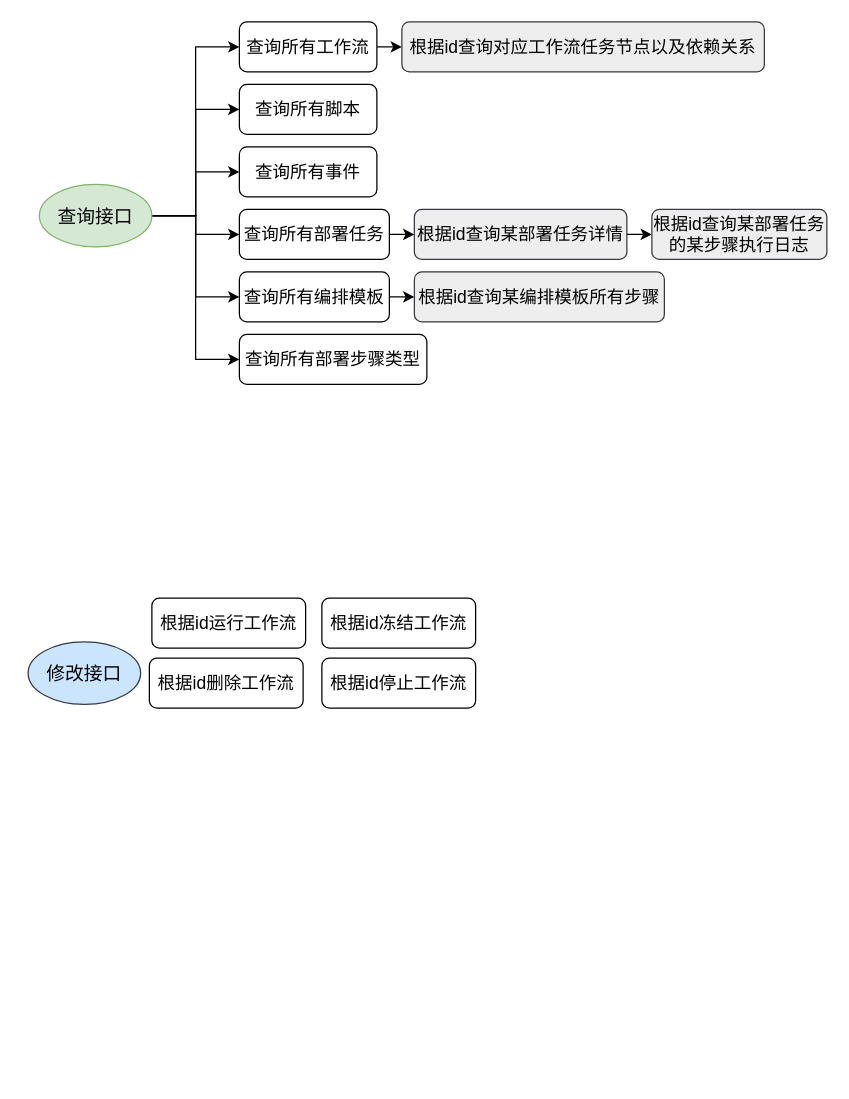
This is lzb系统架构图.drawio from TouyamaRie/My_pictures, a draw.io file, before an edit. Source tidied: cells renumbered, new cells numbered last; positions are measured from the earlier drawing's top-left corner, leaving out a move shared by most shapes. Both pictures are drawn from the tidied source at 125%, with x=0, y=0 at pixel (28, 21).
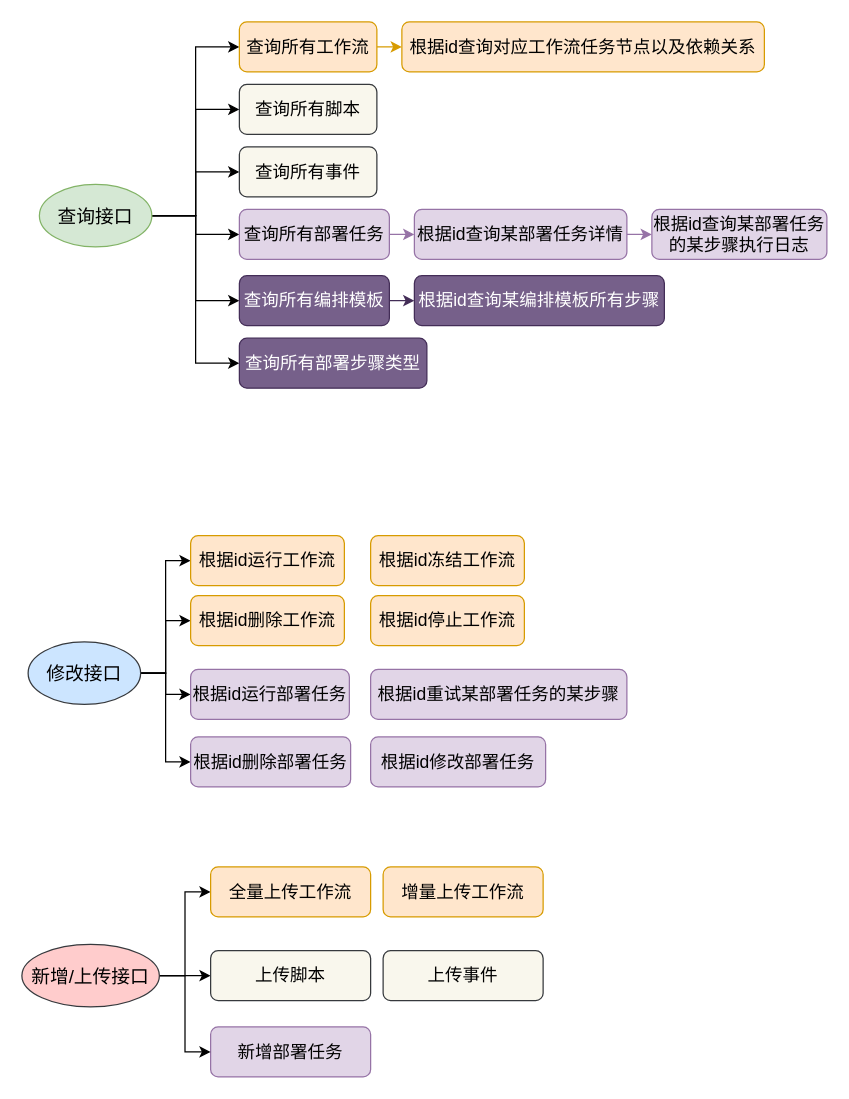
After the change.

Commit message (it also covers changes not shown here):
更新lzb系统架构图.drawio

The change refers to these unchanged cells:
```xml
<mxCell id="23" value="&lt;font style=&quot;font-size: 15px;&quot;&gt;修改接口&lt;/font&gt;" style="ellipse;whiteSpace=wrap;html=1;fillColor=#cce5ff;strokeColor=#36393d;" parent="1" vertex="1">
  <mxGeometry y="496" width="90" height="50" as="geometry" />
</mxCell>
```

What changed in the source:
```diff
@@
-    <mxCell id="9" style="edgeStyle=orthogonalEdgeStyle;rounded=0;jettySize=auto;html=1;exitX=1;exitY=0.5;exitDx=0;exitDy=0;entryX=0;entryY=0.5;entryDx=0;entryDy=0;" parent="1" edge="1" source="10" target="22">
+    <mxCell id="9" style="edgeStyle=orthogonalEdgeStyle;rounded=0;jettySize=auto;html=1;exitX=1;exitY=0.5;exitDx=0;exitDy=0;entryX=0;entryY=0.5;entryDx=0;entryDy=0;fillColor=#ffe6cc;strokeColor=#d79b00;" parent="1" edge="1" source="10" target="22">
       <mxGeometry relative="1" as="geometry" />
     </mxCell>
-    <mxCell id="10" value="&lt;font style=&quot;font-size: 14px;&quot;&gt;查询所有工作流&lt;/font&gt;" style="rounded=1;whiteSpace=wrap;html=1;" parent="1" vertex="1">
+    <mxCell id="10" value="&lt;font style=&quot;font-size: 14px;&quot;&gt;查询所有工作流&lt;/font&gt;" style="rounded=1;whiteSpace=wrap;html=1;fillColor=#ffe6cc;strokeColor=#d79b00;" parent="1" vertex="1">
       <mxGeometry x="169" width="110" height="40" as="geometry" />
     </mxCell>
-    <mxCell id="11" value="&lt;font style=&quot;font-size: 14px;&quot;&gt;查询所有脚本&lt;/font&gt;" style="rounded=1;whiteSpace=wrap;html=1;" parent="1" vertex="1">
+    <mxCell id="11" value="&lt;font style=&quot;font-size: 14px;&quot;&gt;查询所有脚本&lt;/font&gt;" style="rounded=1;whiteSpace=wrap;html=1;fillColor=#f9f7ed;strokeColor=#36393d;" parent="1" vertex="1">
       <mxGeometry x="169" y="50" width="110" height="40" as="geometry" />
     </mxCell>
-    <mxCell id="12" value="&lt;font style=&quot;font-size: 14px;&quot;&gt;查询所有事件&lt;/font&gt;" style="rounded=1;whiteSpace=wrap;html=1;" parent="1" vertex="1">
+    <mxCell id="12" value="&lt;font style=&quot;font-size: 14px;&quot;&gt;查询所有事件&lt;/font&gt;" style="rounded=1;whiteSpace=wrap;html=1;fillColor=#f9f7ed;strokeColor=#36393d;" parent="1" vertex="1">
       <mxGeometry x="169" y="100" width="110" height="40" as="geometry" />
     </mxCell>
-    <mxCell id="13" style="edgeStyle=orthogonalEdgeStyle;rounded=0;jettySize=auto;html=1;exitX=1;exitY=0.5;exitDx=0;exitDy=0;entryX=0;entryY=0.5;entryDx=0;entryDy=0;" parent="1" edge="1" source="14" target="19">
+    <mxCell id="13" style="edgeStyle=orthogonalEdgeStyle;rounded=0;jettySize=auto;html=1;exitX=1;exitY=0.5;exitDx=0;exitDy=0;entryX=0;entryY=0.5;entryDx=0;entryDy=0;fillColor=#e1d5e7;strokeColor=#9673a6;" parent="1" edge="1" source="14" target="19">
       <mxGeometry relative="1" as="geometry" />
     </mxCell>
-    <mxCell id="14" value="&lt;font style=&quot;font-size: 14px;&quot;&gt;查询所有部署任务&lt;/font&gt;" style="rounded=1;whiteSpace=wrap;html=1;" parent="1" vertex="1">
+    <mxCell id="14" value="&lt;font style=&quot;font-size: 14px;&quot;&gt;查询所有部署任务&lt;/font&gt;" style="rounded=1;whiteSpace=wrap;html=1;fillColor=#e1d5e7;strokeColor=#9673a6;" parent="1" vertex="1">
       <mxGeometry x="169" y="150" width="120" height="40" as="geometry" />
     </mxCell>
-    <mxCell id="15" style="edgeStyle=orthogonalEdgeStyle;rounded=0;jettySize=auto;html=1;exitX=1;exitY=0.5;exitDx=0;exitDy=0;entryX=0;entryY=0.5;entryDx=0;entryDy=0;" parent="1" edge="1" source="16" target="20">
+    <mxCell id="15" style="edgeStyle=orthogonalEdgeStyle;rounded=0;jettySize=auto;html=1;exitX=1;exitY=0.5;exitDx=0;exitDy=0;entryX=0;entryY=0.5;entryDx=0;entryDy=0;fillColor=#76608a;strokeColor=#432D57;" parent="1" edge="1" source="16" target="20">
       <mxGeometry relative="1" as="geometry" />
     </mxCell>
-    <mxCell id="16" value="&lt;font style=&quot;font-size: 14px;&quot;&gt;查询所有编排模板&lt;/font&gt;" style="rounded=1;whiteSpace=wrap;html=1;" parent="1" vertex="1">
-      <mxGeometry x="169" y="200" width="120" height="40" as="geometry" />
+    <mxCell id="16" value="&lt;font style=&quot;font-size: 14px;&quot;&gt;查询所有编排模板&lt;/font&gt;" style="rounded=1;whiteSpace=wrap;html=1;fillColor=#76608a;strokeColor=#432D57;fontColor=#ffffff;" parent="1" vertex="1">
+      <mxGeometry x="169" y="203" width="120" height="40" as="geometry" />
     </mxCell>
-    <mxCell id="17" value="&lt;font style=&quot;font-size: 14px;&quot;&gt;查询所有部署步骤类型&lt;/font&gt;" style="rounded=1;whiteSpace=wrap;html=1;" parent="1" vertex="1">
-      <mxGeometry x="169" y="250" width="150" height="40" as="geometry" />
+    <mxCell id="17" value="&lt;font style=&quot;font-size: 14px;&quot;&gt;查询所有部署步骤类型&lt;/font&gt;" style="rounded=1;whiteSpace=wrap;html=1;fillColor=#76608a;strokeColor=#432D57;fontColor=#ffffff;" parent="1" vertex="1">
+      <mxGeometry x="169" y="253" width="150" height="40" as="geometry" />
     </mxCell>
-    <mxCell id="18" style="edgeStyle=orthogonalEdgeStyle;rounded=0;jettySize=auto;html=1;exitX=1;exitY=0.5;exitDx=0;exitDy=0;entryX=0;entryY=0.5;entryDx=0;entryDy=0;" parent="1" edge="1" source="19" target="21">
+    <mxCell id="18" style="edgeStyle=orthogonalEdgeStyle;rounded=0;jettySize=auto;html=1;exitX=1;exitY=0.5;exitDx=0;exitDy=0;entryX=0;entryY=0.5;entryDx=0;entryDy=0;fillColor=#e1d5e7;strokeColor=#9673a6;" parent="1" edge="1" source="19" target="21">
       <mxGeometry relative="1" as="geometry" />
     </mxCell>
-    <mxCell id="19" value="&lt;font style=&quot;font-size: 14px;&quot;&gt;根据id查询某部署任务详情&lt;/font&gt;" style="rounded=1;whiteSpace=wrap;html=1;fillColor=#eeeeee;strokeColor=#36393d;" parent="1" vertex="1">
+    <mxCell id="19" value="&lt;font style=&quot;font-size: 14px;&quot;&gt;根据id查询某部署任务详情&lt;/font&gt;" style="rounded=1;whiteSpace=wrap;html=1;fillColor=#e1d5e7;strokeColor=#9673a6;" parent="1" vertex="1">
       <mxGeometry x="309" y="150" width="170" height="40" as="geometry" />
     </mxCell>
-    <mxCell id="20" value="&lt;font style=&quot;font-size: 14px;&quot;&gt;根据id查询某编排模板所有步骤&lt;/font&gt;" style="rounded=1;whiteSpace=wrap;html=1;fillColor=#eeeeee;strokeColor=#36393d;" parent="1" vertex="1">
-      <mxGeometry x="309" y="200" width="200" height="40" as="geometry" />
+    <mxCell id="20" value="&lt;font style=&quot;font-size: 14px;&quot;&gt;根据id查询某编排模板所有步骤&lt;/font&gt;" style="rounded=1;whiteSpace=wrap;html=1;fillColor=#76608a;strokeColor=#432D57;fontColor=#ffffff;" parent="1" vertex="1">
+      <mxGeometry x="309" y="203" width="200" height="40" as="geometry" />
     </mxCell>
-    <mxCell id="21" value="&lt;font style=&quot;font-size: 14px;&quot;&gt;根据id查询某部署任务的某步骤执行日志&lt;/font&gt;" style="rounded=1;whiteSpace=wrap;html=1;fillColor=#eeeeee;strokeColor=#36393d;" parent="1" vertex="1">
+    <mxCell id="21" value="&lt;font style=&quot;font-size: 14px;&quot;&gt;根据id查询某部署任务的某步骤执行日志&lt;/font&gt;" style="rounded=1;whiteSpace=wrap;html=1;fillColor=#e1d5e7;strokeColor=#9673a6;" parent="1" vertex="1">
       <mxGeometry x="499" y="150" width="140" height="40" as="geometry" />
     </mxCell>
-    <mxCell id="22" value="&lt;font style=&quot;font-size: 14px;&quot;&gt;根据id查询对应工作流任务节点以及依赖关系&lt;/font&gt;" style="rounded=1;whiteSpace=wrap;html=1;fillColor=#eeeeee;strokeColor=#36393d;" parent="1" vertex="1">
+    <mxCell id="22" value="&lt;font style=&quot;font-size: 14px;&quot;&gt;根据id查询对应工作流任务节点以及依赖关系&lt;/font&gt;" style="rounded=1;whiteSpace=wrap;html=1;fillColor=#ffe6cc;strokeColor=#d79b00;" parent="1" vertex="1">
       <mxGeometry x="299" width="290" height="40" as="geometry" />
     </mxCell>
+    <mxCell id="28" style="edgeStyle=orthogonalEdgeStyle;rounded=0;jettySize=auto;html=1;exitX=1;exitY=0.5;exitDx=0;exitDy=0;entryX=0;entryY=0.5;entryDx=0;entryDy=0;" parent="1" edge="1" source="23" target="24">
+      <mxGeometry relative="1" as="geometry" />
+    </mxCell>
+    <mxCell id="29" style="edgeStyle=orthogonalEdgeStyle;rounded=0;jettySize=auto;html=1;exitX=1;exitY=0.5;exitDx=0;exitDy=0;" parent="1" edge="1" source="23" target="27">
+      <mxGeometry relative="1" as="geometry" />
+    </mxCell>
+    <mxCell id="30" style="edgeStyle=orthogonalEdgeStyle;rounded=0;jettySize=auto;html=1;exitX=1;exitY=0.5;exitDx=0;exitDy=0;" parent="1" edge="1" source="23" target="32">
+      <mxGeometry relative="1" as="geometry" />
+    </mxCell>
+    <mxCell id="31" style="edgeStyle=orthogonalEdgeStyle;rounded=0;jettySize=auto;html=1;exitX=1;exitY=0.5;exitDx=0;exitDy=0;entryX=0;entryY=0.5;entryDx=0;entryDy=0;" parent="1" edge="1" source="23" target="34">
+      <mxGeometry relative="1" as="geometry" />
+    </mxCell>
@@
-    <mxCell id="24" value="&lt;font style=&quot;font-size: 14px;&quot;&gt;根据id运行工作流&lt;/font&gt;" style="rounded=1;whiteSpace=wrap;html=1;" parent="1" vertex="1">
-      <mxGeometry x="99" y="461" width="123" height="40" as="geometry" />
+    <mxCell id="24" value="&lt;font style=&quot;font-size: 14px;&quot;&gt;根据id运行工作流&lt;/font&gt;" style="rounded=1;whiteSpace=wrap;html=1;fillColor=#ffe6cc;strokeColor=#d79b00;" parent="1" vertex="1">
+      <mxGeometry x="130" y="411" width="123" height="40" as="geometry" />
     </mxCell>
-    <mxCell id="25" value="&lt;font style=&quot;font-size: 14px;&quot;&gt;根据id冻结工作流&lt;/font&gt;" style="rounded=1;whiteSpace=wrap;html=1;" parent="1" vertex="1">
-      <mxGeometry x="235" y="461" width="123" height="40" as="geometry" />
+    <mxCell id="25" value="&lt;font style=&quot;font-size: 14px;&quot;&gt;根据id冻结工作流&lt;/font&gt;" style="rounded=1;whiteSpace=wrap;html=1;fillColor=#ffe6cc;strokeColor=#d79b00;" parent="1" vertex="1">
+      <mxGeometry x="274" y="411" width="123" height="40" as="geometry" />
     </mxCell>
-    <mxCell id="26" value="&lt;font style=&quot;font-size: 14px;&quot;&gt;根据id停止工作流&lt;/font&gt;" style="rounded=1;whiteSpace=wrap;html=1;" parent="1" vertex="1">
-      <mxGeometry x="235" y="509" width="123" height="40" as="geometry" />
+    <mxCell id="26" value="&lt;font style=&quot;font-size: 14px;&quot;&gt;根据id停止工作流&lt;/font&gt;" style="rounded=1;whiteSpace=wrap;html=1;fillColor=#ffe6cc;strokeColor=#d79b00;" parent="1" vertex="1">
+      <mxGeometry x="274" y="459" width="123" height="40" as="geometry" />
     </mxCell>
-    <mxCell id="27" value="&lt;font style=&quot;font-size: 14px;&quot;&gt;根据id删除工作流&lt;/font&gt;" style="rounded=1;whiteSpace=wrap;html=1;" parent="1" vertex="1">
-      <mxGeometry x="97" y="509" width="123" height="40" as="geometry" />
+    <mxCell id="27" value="&lt;font style=&quot;font-size: 14px;&quot;&gt;根据id删除工作流&lt;/font&gt;" style="rounded=1;whiteSpace=wrap;html=1;fillColor=#ffe6cc;strokeColor=#d79b00;" parent="1" vertex="1">
+      <mxGeometry x="130" y="459" width="123" height="40" as="geometry" />
     </mxCell>
+    <mxCell id="32" value="&lt;font style=&quot;font-size: 14px;&quot;&gt;根据id运行部署任务&lt;/font&gt;" style="rounded=1;whiteSpace=wrap;html=1;fillColor=#e1d5e7;strokeColor=#9673a6;" parent="1" vertex="1">
+      <mxGeometry x="130" y="518" width="127" height="40" as="geometry" />
+    </mxCell>
+    <mxCell id="33" value="&lt;font style=&quot;font-size: 14px;&quot;&gt;根据id修改部署任务&lt;/font&gt;" style="rounded=1;whiteSpace=wrap;html=1;fillColor=#e1d5e7;strokeColor=#9673a6;" parent="1" vertex="1">
+      <mxGeometry x="274" y="572" width="140" height="40" as="geometry" />
+    </mxCell>
+    <mxCell id="34" value="&lt;font style=&quot;font-size: 14px;&quot;&gt;根据id删除部署任务&lt;/font&gt;" style="rounded=1;whiteSpace=wrap;html=1;fillColor=#e1d5e7;strokeColor=#9673a6;" parent="1" vertex="1">
+      <mxGeometry x="130" y="572" width="128" height="40" as="geometry" />
+    </mxCell>
+    <mxCell id="35" value="&lt;font style=&quot;font-size: 14px;&quot;&gt;根据id重试某部署任务的某步骤&lt;/font&gt;" style="rounded=1;whiteSpace=wrap;html=1;fillColor=#e1d5e7;strokeColor=#9673a6;" parent="1" vertex="1">
+      <mxGeometry x="274" y="518" width="205" height="40" as="geometry" />
+    </mxCell>
+    <mxCell id="36" value="&lt;font style=&quot;font-size: 14px;&quot;&gt;新增部署任务&lt;/font&gt;" style="rounded=1;whiteSpace=wrap;html=1;fillColor=#e1d5e7;strokeColor=#9673a6;" parent="1" vertex="1">
+      <mxGeometry x="146" y="804" width="128" height="40" as="geometry" />
+    </mxCell>
+    <mxCell id="37" style="edgeStyle=orthogonalEdgeStyle;rounded=0;jettySize=auto;html=1;exitX=1;exitY=0.5;exitDx=0;exitDy=0;entryX=0;entryY=0.5;entryDx=0;entryDy=0;" parent="1" edge="1" source="40" target="41">
+      <mxGeometry relative="1" as="geometry" />
+    </mxCell>
+    <mxCell id="38" style="edgeStyle=orthogonalEdgeStyle;rounded=0;jettySize=auto;html=1;exitX=1;exitY=0.5;exitDx=0;exitDy=0;" parent="1" edge="1" source="40" target="43">
+      <mxGeometry relative="1" as="geometry" />
+    </mxCell>
+    <mxCell id="39" style="edgeStyle=orthogonalEdgeStyle;rounded=0;jettySize=auto;html=1;exitX=1;exitY=0.5;exitDx=0;exitDy=0;entryX=0;entryY=0.5;entryDx=0;entryDy=0;" parent="1" edge="1" source="40" target="36">
+      <mxGeometry relative="1" as="geometry" />
+    </mxCell>
+    <mxCell id="40" value="&lt;font style=&quot;font-size: 15px;&quot;&gt;新增/上传接口&lt;/font&gt;" style="ellipse;whiteSpace=wrap;html=1;fillColor=#ffcccc;strokeColor=#36393d;" parent="1" vertex="1">
+      <mxGeometry x="-5" y="738" width="110" height="50" as="geometry" />
+    </mxCell>
+    <mxCell id="41" value="&lt;font style=&quot;font-size: 14px;&quot;&gt;全量上传工作流&lt;/font&gt;" style="rounded=1;whiteSpace=wrap;html=1;fillColor=#ffe6cc;strokeColor=#d79b00;" parent="1" vertex="1">
+      <mxGeometry x="146" y="676" width="128" height="40" as="geometry" />
+    </mxCell>
+    <mxCell id="42" value="&lt;font style=&quot;font-size: 14px;&quot;&gt;增量上传工作流&lt;/font&gt;" style="rounded=1;whiteSpace=wrap;html=1;fillColor=#ffe6cc;strokeColor=#d79b00;" parent="1" vertex="1">
+      <mxGeometry x="284" y="676" width="128" height="40" as="geometry" />
+    </mxCell>
+    <mxCell id="43" value="&lt;span style=&quot;font-size: 14px;&quot;&gt;上传脚本&lt;/span&gt;" style="rounded=1;whiteSpace=wrap;html=1;fillColor=#f9f7ed;strokeColor=#36393d;" parent="1" vertex="1">
+      <mxGeometry x="146" y="743" width="128" height="40" as="geometry" />
+    </mxCell>
+    <mxCell id="44" value="&lt;span style=&quot;font-size: 14px;&quot;&gt;上传事件&lt;/span&gt;" style="rounded=1;whiteSpace=wrap;html=1;fillColor=#f9f7ed;strokeColor=#36393d;" parent="1" vertex="1">
+      <mxGeometry x="284" y="743" width="128" height="40" as="geometry" />
+    </mxCell>
```
